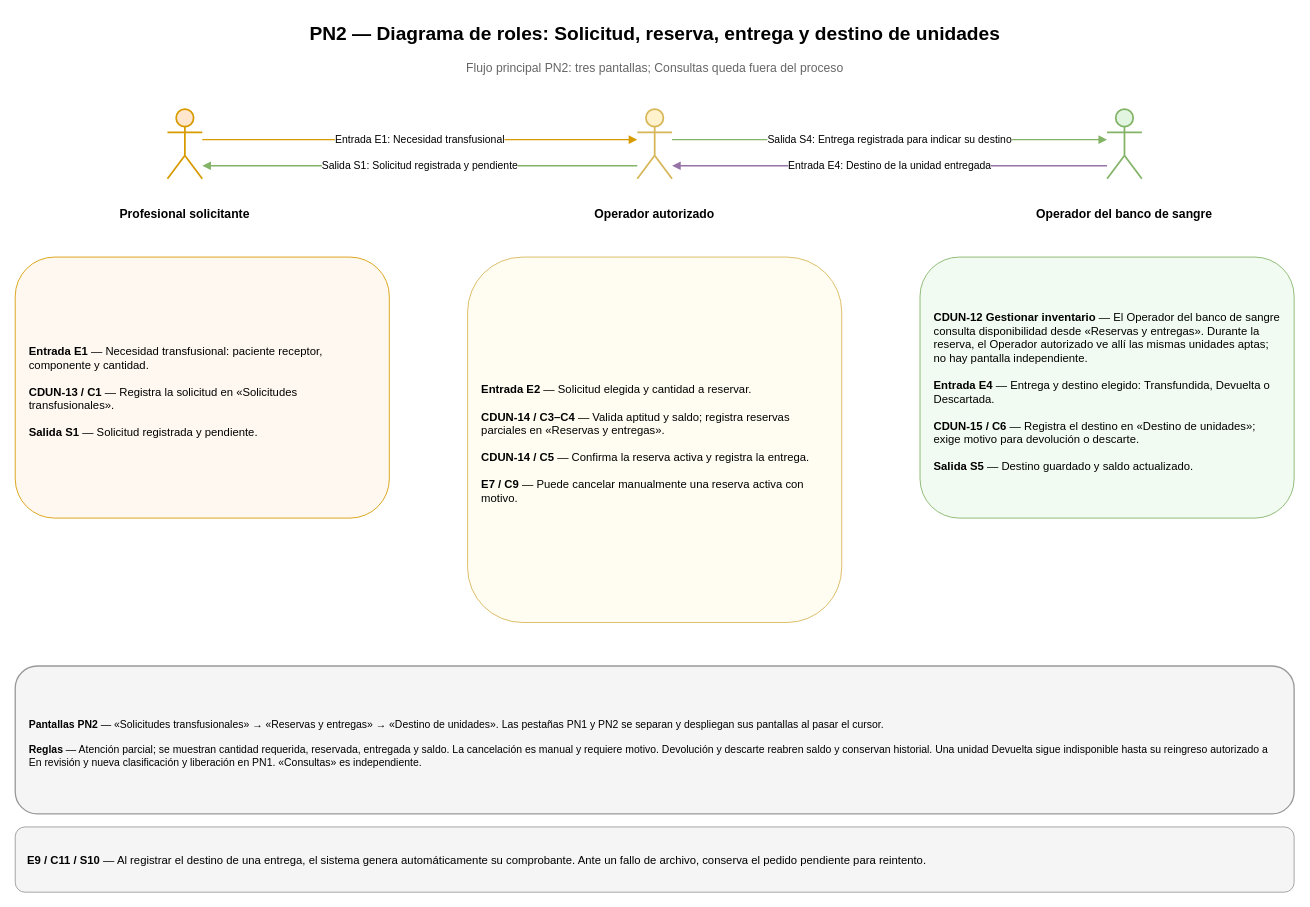
Before: Diagramas/Secuencia de Roles/PN2_DiagramaRoles.drawio in juanNH/Ingenieria-de-Software, a draw.io diagram. Source tidied: cells renumbered, new cells numbered last; positions are measured from the earlier drawing's top-left corner, leaving out a move shared by most shapes. Both pictures are drawn from the tidied source at 87%, with x=0, y=0 at pixel (15, 15).
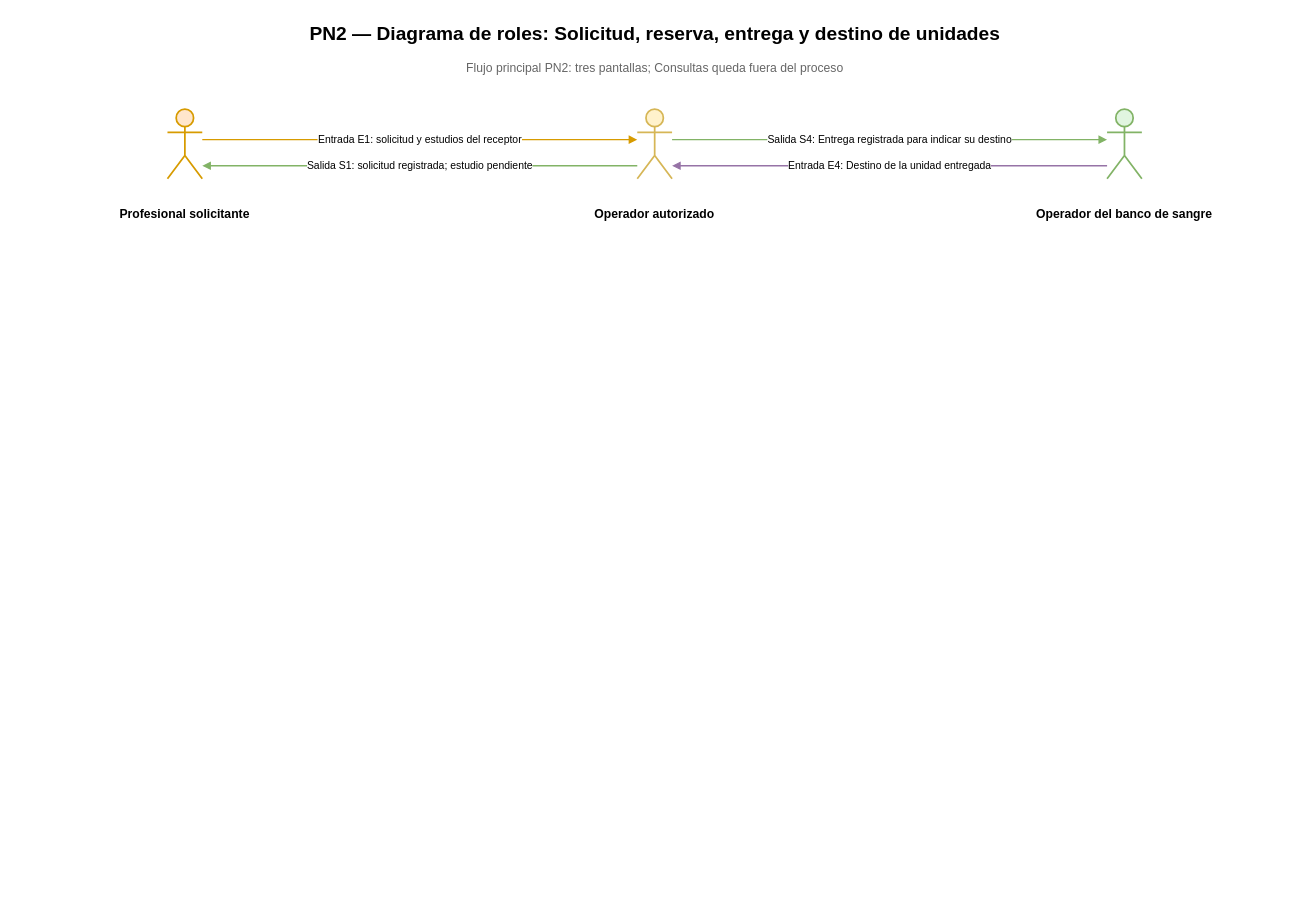
The same page after the edit.

Change to the diagram source:
```diff
@@
-    <mxCell id="10" value="&lt;b&gt;Entrada E1&lt;/b&gt; — Necesidad transfusional: paciente receptor, componente y cantidad.&lt;br&gt;&lt;br&gt;&lt;b&gt;CDUN-13 / C1&lt;/b&gt; — Registra la solicitud en «Solicitudes transfusionales».&lt;br&gt;&lt;br&gt;&lt;b&gt;Salida S1&lt;/b&gt; — Solicitud registrada y pendiente." style="rounded=1;whiteSpace=wrap;html=1;fillColor=#fff8f0;strokeColor=#d79b00;fontSize=13;fontFamily=Arial;align=left;verticalAlign=middle;spacingLeft=14;spacingRight=14;spacingTop=10;" parent="1" vertex="1">
-      <mxGeometry y="278" width="430" height="300" as="geometry" />
-    </mxCell>
-    <mxCell id="11" value="&lt;b&gt;Entrada E2&lt;/b&gt; — Solicitud elegida y cantidad a reservar.&lt;br&gt;&lt;br&gt;&lt;b&gt;CDUN-14 / C3–C4&lt;/b&gt; — Valida aptitud y saldo; registra reservas parciales en «Reservas y entregas».&lt;br&gt;&lt;br&gt;&lt;b&gt;CDUN-14 / C5&lt;/b&gt; — Confirma la reserva activa y registra la entrega.&lt;br&gt;&lt;br&gt;&lt;b&gt;E7 / C9&lt;/b&gt; — Puede cancelar manualmente una reserva activa con motivo." style="rounded=1;whiteSpace=wrap;html=1;fillColor=#fffdf2;strokeColor=#d6b656;fontSize=13;fontFamily=Arial;align=left;verticalAlign=middle;spacingLeft=14;spacingRight=14;spacingTop=10;" parent="1" vertex="1">
-      <mxGeometry x="520" y="278" width="430" height="420" as="geometry" />
-    </mxCell>
-    <mxCell id="12" value="&lt;b&gt;CDUN-12 Gestionar inventario&lt;/b&gt; — El Operador del banco de sangre consulta disponibilidad desde «Reservas y entregas». Durante la reserva, el Operador autorizado ve allí las mismas unidades aptas; no hay pantalla independiente.&lt;br&gt;&lt;br&gt;&lt;b&gt;Entrada E4&lt;/b&gt; — Entrega y destino elegido: Transfundida, Devuelta o Descartada.&lt;br&gt;&lt;br&gt;&lt;b&gt;CDUN-15 / C6&lt;/b&gt; — Registra el destino en «Destino de unidades»; exige motivo para devolución o descarte.&lt;br&gt;&lt;br&gt;&lt;b&gt;Salida S5&lt;/b&gt; — Destino guardado y saldo actualizado." style="rounded=1;whiteSpace=wrap;html=1;fillColor=#f2fbf1;strokeColor=#82b366;fontSize=13;fontFamily=Arial;align=left;verticalAlign=middle;spacingLeft=14;spacingRight=14;spacingTop=10;" parent="1" vertex="1">
-      <mxGeometry x="1040" y="278" width="430" height="300" as="geometry" />
-    </mxCell>
-    <mxCell id="13" value="Entrada E1: Necesidad transfusional" style="edgeStyle=orthogonalEdgeStyle;rounded=0;html=1;endArrow=block;endFill=1;strokeColor=#d79b00;strokeWidth=1.5;fontSize=12;fontFamily=Arial;labelBackgroundColor=#ffffff;" parent="1" edge="1">
+    <mxCell id="13" value="Entrada E1: solicitud y estudios del receptor" style="edgeStyle=orthogonalEdgeStyle;rounded=0;html=1;endArrow=block;endFill=1;strokeColor=#d79b00;strokeWidth=1.5;fontSize=12;fontFamily=Arial;labelBackgroundColor=#ffffff;" parent="1" edge="1">
       <mxGeometry relative="1" as="geometry">
         <mxPoint x="215" y="143" as="sourcePoint" />
         <mxPoint x="715" y="143" as="targetPoint" />
       </mxGeometry>
     </mxCell>
-    <mxCell id="14" value="Salida S1: Solicitud registrada y pendiente" style="edgeStyle=orthogonalEdgeStyle;rounded=0;html=1;endArrow=block;endFill=1;strokeColor=#82b366;strokeWidth=1.5;fontSize=12;fontFamily=Arial;labelBackgroundColor=#ffffff;" parent="1" edge="1">
+    <mxCell id="14" value="Salida S1: solicitud registrada; estudio pendiente" style="edgeStyle=orthogonalEdgeStyle;rounded=0;html=1;endArrow=block;endFill=1;strokeColor=#82b366;strokeWidth=1.5;fontSize=12;fontFamily=Arial;labelBackgroundColor=#ffffff;" parent="1" edge="1">
       <mxGeometry relative="1" as="geometry">
         <mxPoint x="715" y="173" as="sourcePoint" />
         <mxPoint x="215" y="173" as="targetPoint" />
       </mxGeometry>
     </mxCell>
@@
-    <mxCell id="17" value="&lt;b&gt;Pantallas PN2&lt;/b&gt; — «Solicitudes transfusionales» → «Reservas y entregas» → «Destino de unidades». Las pestañas PN1 y PN2 se separan y despliegan sus pantallas al pasar el cursor.&lt;br&gt;&lt;br&gt;&lt;b&gt;Reglas&lt;/b&gt; — Atención parcial; se muestran cantidad requerida, reservada, entregada y saldo. La cancelación es manual y requiere motivo. Devolución y descarte reabren saldo y conservan historial. Una unidad Devuelta sigue indisponible hasta su reingreso autorizado a En revisión y nueva clasificación y liberación en PN1. «Consultas» es independiente." style="rounded=1;whiteSpace=wrap;html=1;fillColor=#f5f5f5;strokeColor=#999999;strokeWidth=1.5;fontSize=12;fontFamily=Arial;align=left;verticalAlign=middle;spacingLeft=14;spacingRight=14;spacingTop=8;" parent="1" vertex="1">
-      <mxGeometry y="748" width="1470" height="170" as="geometry" />
-    </mxCell>
-    <mxCell id="18" value="&lt;b&gt;E9 / C11 / S10&lt;/b&gt; — Al registrar el destino de una entrega, el sistema genera automáticamente su comprobante. Ante un fallo de archivo, conserva el pedido pendiente para reintento." style="rounded=1;whiteSpace=wrap;html=1;fillColor=#f5f5f5;strokeColor=#999999;fontSize=13;fontFamily=Arial;align=left;verticalAlign=middle;spacingLeft=12;spacingRight=12;" parent="1" vertex="1">
-      <mxGeometry y="933" width="1470" height="75" as="geometry" />
-    </mxCell>
```
